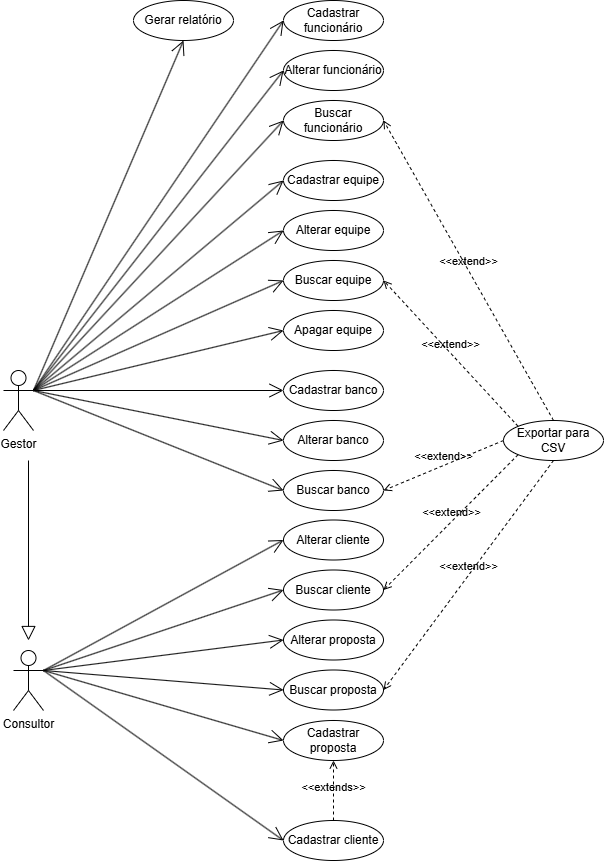
Earlier version of the draw.io export documents/diagrama_de_caso_de_uso.png (Hilan-CP/spring-corban-multibancos). Source tidied: cells renumbered, new cells last; positions are measured from the earlier drawing's top-left corner, leaving out a move shared by most shapes.
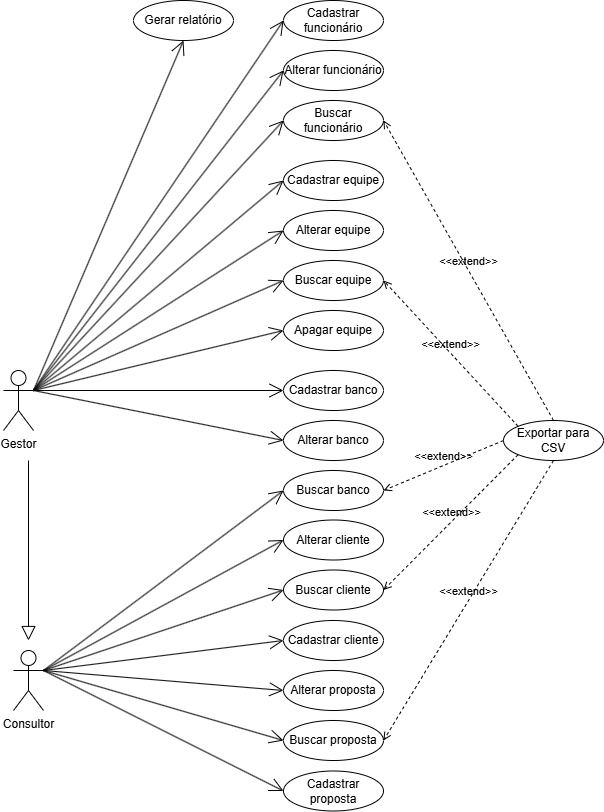
After the commit.

Change to the diagram source:
```diff
@@ -51,7 +51,7 @@
       <mxGeometry y="50" width="100" height="40" as="geometry" />
     </mxCell>
     <mxCell id="18" value="Cadastrar cliente" style="ellipse;whiteSpace=wrap;html=1;" parent="1" vertex="1">
-      <mxGeometry x="280" y="820" width="100" height="40" as="geometry" />
+      <mxGeometry x="280" y="620" width="100" height="40" as="geometry" />
     </mxCell>
     <mxCell id="19" style="group;" parent="1" vertex="1">
       <mxGeometry x="280" y="519.5" width="100" height="90" as="geometry" />
@@ -62,14 +62,11 @@
     <mxCell id="21" value="Buscar cliente" style="ellipse;whiteSpace=wrap;html=1;" parent="19" vertex="1">
       <mxGeometry y="50" width="100" height="40" as="geometry" />
     </mxCell>
-    <mxCell id="22" value="&amp;lt;&amp;lt;extends&lt;span style=&quot;background-color: initial;&quot;&gt;&amp;gt;&amp;gt;&lt;/span&gt;" style="html=1;verticalAlign=bottom;labelBackgroundColor=none;endArrow=open;endFill=0;dashed=1;rounded=0;exitX=0.5;exitY=0;exitDx=0;exitDy=0;entryX=0.5;entryY=1;entryDx=0;entryDy=0;" parent="1" edge="1" source="18" target="23">
-      <mxGeometry x="-0.2" relative="1" as="geometry" />
-    </mxCell>
     <mxCell id="23" value="Cadastrar proposta" style="ellipse;whiteSpace=wrap;html=1;" parent="1" vertex="1">
-      <mxGeometry x="280" y="720" width="100" height="40" as="geometry" />
+      <mxGeometry x="280" y="770.5" width="100" height="40" as="geometry" />
     </mxCell>
     <mxCell id="24" style="group;" parent="1" vertex="1">
-      <mxGeometry x="280" y="619.5" width="100" height="90" as="geometry" />
+      <mxGeometry x="280" y="670" width="100" height="90" as="geometry" />
     </mxCell>
     <mxCell id="25" value="Alterar proposta" style="ellipse;whiteSpace=wrap;html=1;" parent="24" vertex="1">
       <mxGeometry width="100" height="40" as="geometry" />
@@ -122,7 +119,7 @@
     <mxCell id="41" style="endArrow=open;endFill=1;endSize=12;html=1;rounded=0;exitX=1;exitY=0.3333333333333333;exitDx=0;exitDy=0;exitPerimeter=0;entryX=0;entryY=0.5;entryDx=0;entryDy=0;" parent="1" edge="1" source="2" target="17">
       <mxGeometry relative="1" as="geometry" />
     </mxCell>
-    <mxCell id="42" style="endArrow=open;endFill=1;endSize=12;html=1;rounded=0;exitX=1;exitY=0.3333333333333333;exitDx=0;exitDy=0;exitPerimeter=0;" parent="1" edge="1" source="2">
+    <mxCell id="42" style="endArrow=open;endFill=1;endSize=12;html=1;rounded=0;exitX=1;exitY=0.3333333333333333;exitDx=0;exitDy=0;exitPerimeter=0;" parent="1" edge="1" source="43">
       <mxGeometry relative="1" as="geometry">
         <mxPoint x="280" y="490" as="targetPoint" />
       </mxGeometry>
```
